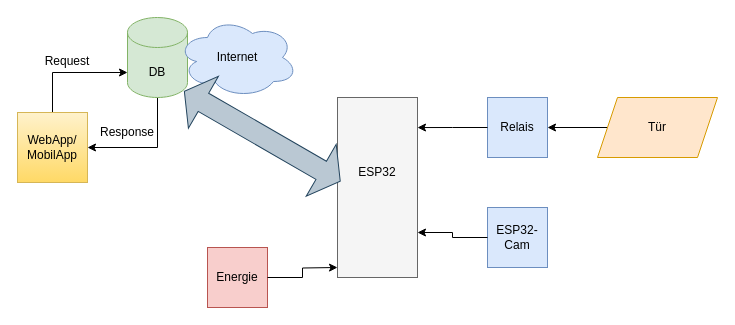
The draw.io diagram page "Page-2" (2 of 2) of ProjektStruktur.drawio in Steve2404/Pronesy, before the edit. Source tidied: cells renumbered, new cells numbered last; positions are measured from the earlier drawing's top-left corner, leaving out a move shared by most shapes. Both pictures are drawn from the tidied source at 100%, with x=0, y=0 at pixel (17, 17).
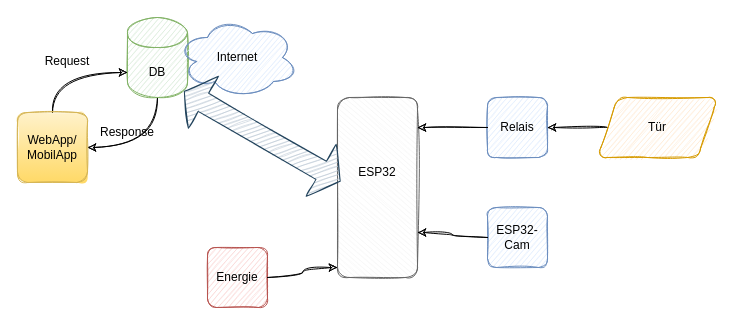
After the change.

Commit message:
Design Prjekt2

Change to the diagram source:
```diff
@@
-    <mxCell id="2" style="rounded=0;whiteSpace=wrap;html=1;direction=south;fillColor=#f5f5f5;fontColor=#333333;strokeColor=#666666;" parent="1" vertex="1">
+    <mxCell id="2" style="rounded=1;whiteSpace=wrap;html=1;direction=south;fillColor=#f5f5f5;fontColor=#333333;strokeColor=#666666;sketch=1;" parent="1" vertex="1">
       <mxGeometry x="320" y="80" width="80" height="180" as="geometry" />
     </mxCell>
-    <mxCell id="3" value="&lt;div&gt;ESP32&lt;/div&gt;" style="text;html=1;strokeColor=none;fillColor=none;align=center;verticalAlign=middle;whiteSpace=wrap;rounded=0;" parent="1" vertex="1">
+    <mxCell id="3" value="&lt;div&gt;ESP32&lt;/div&gt;" style="text;html=1;strokeColor=none;fillColor=none;align=center;verticalAlign=middle;whiteSpace=wrap;rounded=1;sketch=1;" parent="1" vertex="1">
       <mxGeometry x="330" y="140" width="60" height="30" as="geometry" />
     </mxCell>
-    <mxCell id="4" style="whiteSpace=wrap;html=1;fillColor=#f8cecc;strokeColor=#b85450;" parent="1" vertex="1">
+    <mxCell id="4" style="whiteSpace=wrap;html=1;fillColor=#f8cecc;strokeColor=#b85450;sketch=1;rounded=1;" parent="1" vertex="1">
       <mxGeometry x="190" y="230" width="60" height="60" as="geometry" />
     </mxCell>
-    <mxCell id="5" style="edgeStyle=orthogonalEdgeStyle;rounded=0;jettySize=auto;html=1;" parent="1" edge="1" source="6">
+    <mxCell id="5" style="edgeStyle=orthogonalEdgeStyle;rounded=1;jettySize=auto;html=1;sketch=1;curved=1;" parent="1" edge="1" source="6">
       <mxGeometry relative="1" as="geometry">
         <mxPoint x="320" y="250" as="targetPoint" />
       </mxGeometry>
     </mxCell>
-    <mxCell id="6" value="&lt;div&gt;Energie&lt;/div&gt;" style="text;html=1;strokeColor=none;fillColor=none;align=center;verticalAlign=middle;whiteSpace=wrap;rounded=0;" parent="1" vertex="1">
+    <mxCell id="6" value="&lt;div&gt;Energie&lt;/div&gt;" style="text;html=1;strokeColor=none;fillColor=none;align=center;verticalAlign=middle;whiteSpace=wrap;rounded=1;sketch=1;" parent="1" vertex="1">
       <mxGeometry x="190" y="240" width="60" height="40" as="geometry" />
     </mxCell>
-    <mxCell id="7" style="whiteSpace=wrap;html=1;fillColor=#dae8fc;strokeColor=#6c8ebf;" parent="1" vertex="1">
+    <mxCell id="7" style="whiteSpace=wrap;html=1;fillColor=#dae8fc;strokeColor=#6c8ebf;sketch=1;rounded=1;" parent="1" vertex="1">
       <mxGeometry x="470" y="80" width="60" height="60" as="geometry" />
     </mxCell>
-    <mxCell id="8" style="edgeStyle=orthogonalEdgeStyle;rounded=0;jettySize=auto;html=1;exitX=0;exitY=0.5;exitDx=0;exitDy=0;entryX=0.167;entryY=0;entryDx=0;entryDy=0;entryPerimeter=0;" parent="1" edge="1" source="9" target="2">
+    <mxCell id="8" style="edgeStyle=orthogonalEdgeStyle;rounded=1;jettySize=auto;html=1;exitX=0;exitY=0.5;exitDx=0;exitDy=0;entryX=0.167;entryY=0;entryDx=0;entryDy=0;entryPerimeter=0;sketch=1;curved=1;" parent="1" edge="1" source="9" target="2">
       <mxGeometry relative="1" as="geometry" />
     </mxCell>
-    <mxCell id="9" value="Relais" style="text;html=1;strokeColor=none;fillColor=none;align=center;verticalAlign=middle;whiteSpace=wrap;rounded=0;" parent="1" vertex="1">
+    <mxCell id="9" value="Relais" style="text;html=1;strokeColor=none;fillColor=none;align=center;verticalAlign=middle;whiteSpace=wrap;rounded=1;sketch=1;" parent="1" vertex="1">
       <mxGeometry x="470" y="95" width="60" height="30" as="geometry" />
     </mxCell>
-    <mxCell id="10" style="whiteSpace=wrap;html=1;fillColor=#dae8fc;strokeColor=#6c8ebf;" parent="1" vertex="1">
+    <mxCell id="10" style="whiteSpace=wrap;html=1;fillColor=#dae8fc;strokeColor=#6c8ebf;sketch=1;rounded=1;" parent="1" vertex="1">
       <mxGeometry x="470" y="190" width="60" height="60" as="geometry" />
     </mxCell>
-    <mxCell id="11" style="edgeStyle=orthogonalEdgeStyle;rounded=0;jettySize=auto;html=1;exitX=0;exitY=0.5;exitDx=0;exitDy=0;entryX=0.75;entryY=0;entryDx=0;entryDy=0;" parent="1" edge="1" source="12" target="2">
+    <mxCell id="11" style="edgeStyle=orthogonalEdgeStyle;rounded=1;jettySize=auto;html=1;exitX=0;exitY=0.5;exitDx=0;exitDy=0;entryX=0.75;entryY=0;entryDx=0;entryDy=0;sketch=1;curved=1;" parent="1" edge="1" source="12" target="2">
       <mxGeometry relative="1" as="geometry" />
     </mxCell>
-    <mxCell id="12" value="ESP32- Cam" style="text;html=1;strokeColor=none;fillColor=none;align=center;verticalAlign=middle;whiteSpace=wrap;rounded=0;" parent="1" vertex="1">
+    <mxCell id="12" value="ESP32- Cam" style="text;html=1;strokeColor=none;fillColor=none;align=center;verticalAlign=middle;whiteSpace=wrap;rounded=1;sketch=1;" parent="1" vertex="1">
       <mxGeometry x="470" y="205" width="60" height="30" as="geometry" />
     </mxCell>
-    <mxCell id="13" style="edgeStyle=orthogonalEdgeStyle;rounded=0;jettySize=auto;html=1;entryX=1;entryY=0.5;entryDx=0;entryDy=0;" parent="1" edge="1" source="14" target="9">
+    <mxCell id="13" style="edgeStyle=orthogonalEdgeStyle;rounded=1;jettySize=auto;html=1;entryX=1;entryY=0.5;entryDx=0;entryDy=0;sketch=1;curved=1;" parent="1" edge="1" source="14" target="9">
       <mxGeometry relative="1" as="geometry" />
     </mxCell>
-    <mxCell id="14" style="shape=parallelogram;perimeter=parallelogramPerimeter;whiteSpace=wrap;html=1;fixedSize=1;fillColor=#ffe6cc;strokeColor=#d79b00;" parent="1" vertex="1">
+    <mxCell id="14" style="shape=parallelogram;perimeter=parallelogramPerimeter;whiteSpace=wrap;html=1;fixedSize=1;fillColor=#ffe6cc;strokeColor=#d79b00;sketch=1;rounded=1;" parent="1" vertex="1">
       <mxGeometry x="580" y="80" width="120" height="60" as="geometry" />
     </mxCell>
-    <mxCell id="15" value="Tür" style="text;html=1;strokeColor=none;fillColor=none;align=center;verticalAlign=middle;whiteSpace=wrap;rounded=0;" parent="1" vertex="1">
+    <mxCell id="15" value="Tür" style="text;html=1;strokeColor=none;fillColor=none;align=center;verticalAlign=middle;whiteSpace=wrap;rounded=1;sketch=1;" parent="1" vertex="1">
       <mxGeometry x="610" y="95" width="60" height="30" as="geometry" />
     </mxCell>
-    <mxCell id="16" style="edgeStyle=orthogonalEdgeStyle;rounded=0;jettySize=auto;html=1;exitX=0.5;exitY=1;exitDx=0;exitDy=0;exitPerimeter=0;entryX=1;entryY=0.5;entryDx=0;entryDy=0;" parent="1" edge="1" source="17" target="23">
+    <mxCell id="16" style="edgeStyle=orthogonalEdgeStyle;rounded=1;jettySize=auto;html=1;exitX=0.5;exitY=1;exitDx=0;exitDy=0;exitPerimeter=0;entryX=1;entryY=0.5;entryDx=0;entryDy=0;sketch=1;curved=1;" parent="1" edge="1" source="17" target="23">
       <mxGeometry relative="1" as="geometry">
         <Array as="points">
           <mxPoint x="140" y="130" />
         </Array>
       </mxGeometry>
     </mxCell>
-    <mxCell id="17" style="shape=cylinder3;whiteSpace=wrap;html=1;boundedLbl=1;backgroundOutline=1;size=15;fillColor=#d5e8d4;strokeColor=#82b366;" parent="1" vertex="1">
+    <mxCell id="17" style="shape=cylinder3;whiteSpace=wrap;html=1;boundedLbl=1;backgroundOutline=1;size=15;fillColor=#d5e8d4;strokeColor=#82b366;sketch=1;rounded=1;" parent="1" vertex="1">
       <mxGeometry x="110" width="60" height="80" as="geometry" />
     </mxCell>
-    <mxCell id="18" style="ellipse;shape=cloud;whiteSpace=wrap;html=1;fillColor=#dae8fc;strokeColor=#6c8ebf;" parent="1" vertex="1">
+    <mxCell id="18" style="ellipse;shape=cloud;whiteSpace=wrap;html=1;fillColor=#dae8fc;strokeColor=#6c8ebf;sketch=1;rounded=1;" parent="1" vertex="1">
       <mxGeometry x="160" width="120" height="80" as="geometry" />
     </mxCell>
-    <mxCell id="19" value="DB" style="text;html=1;strokeColor=none;fillColor=none;align=center;verticalAlign=middle;whiteSpace=wrap;rounded=0;" parent="1" vertex="1">
+    <mxCell id="19" value="DB" style="text;html=1;strokeColor=none;fillColor=none;align=center;verticalAlign=middle;whiteSpace=wrap;rounded=1;sketch=1;" parent="1" vertex="1">
       <mxGeometry x="110" y="40" width="60" height="30" as="geometry" />
     </mxCell>
-    <mxCell id="20" value="Internet" style="text;html=1;strokeColor=none;fillColor=none;align=center;verticalAlign=middle;whiteSpace=wrap;rounded=0;" parent="1" vertex="1">
+    <mxCell id="20" value="Internet" style="text;html=1;strokeColor=none;fillColor=none;align=center;verticalAlign=middle;whiteSpace=wrap;rounded=1;sketch=1;" parent="1" vertex="1">
       <mxGeometry x="190" y="25" width="60" height="30" as="geometry" />
     </mxCell>
-    <mxCell id="21" style="html=1;shadow=0;dashed=0;align=center;verticalAlign=middle;shape=mxgraph.arrows2.twoWayArrow;dy=0.65;dx=22;direction=south;rotation=-60;fillColor=#bac8d3;strokeColor=#23445d;" parent="1" vertex="1">
+    <mxCell id="21" style="html=1;shadow=0;dashed=0;align=center;verticalAlign=middle;shape=mxgraph.arrows2.twoWayArrow;dy=0.65;dx=22;direction=south;rotation=-60;fillColor=#bac8d3;strokeColor=#23445d;sketch=1;rounded=1;" parent="1" vertex="1">
       <mxGeometry x="214.8" y="28.8" width="60" height="180" as="geometry" />
     </mxCell>
-    <mxCell id="22" style="edgeStyle=orthogonalEdgeStyle;rounded=0;jettySize=auto;html=1;exitX=0.5;exitY=0;exitDx=0;exitDy=0;entryX=0;entryY=0.5;entryDx=0;entryDy=0;" parent="1" edge="1" source="23" target="19">
+    <mxCell id="22" style="edgeStyle=orthogonalEdgeStyle;rounded=1;jettySize=auto;html=1;exitX=0.5;exitY=0;exitDx=0;exitDy=0;entryX=0;entryY=0.5;entryDx=0;entryDy=0;sketch=1;curved=1;" parent="1" edge="1" source="23" target="19">
       <mxGeometry relative="1" as="geometry" />
     </mxCell>
-    <mxCell id="23" style="whiteSpace=wrap;html=1;fillColor=#fff2cc;gradientColor=#ffd966;strokeColor=#d6b656;" parent="1" vertex="1">
+    <mxCell id="23" style="whiteSpace=wrap;html=1;fillColor=#fff2cc;gradientColor=#ffd966;strokeColor=#d6b656;sketch=1;rounded=1;" parent="1" vertex="1">
       <mxGeometry y="95" width="70" height="70" as="geometry" />
     </mxCell>
-    <mxCell id="24" value="&lt;div&gt;WebApp/&lt;/div&gt;&lt;div&gt;MobilApp&lt;/div&gt;" style="text;html=1;strokeColor=none;fillColor=none;align=center;verticalAlign=middle;whiteSpace=wrap;rounded=0;" parent="1" vertex="1">
+    <mxCell id="24" value="&lt;div&gt;WebApp/&lt;/div&gt;&lt;div&gt;MobilApp&lt;/div&gt;" style="text;html=1;strokeColor=none;fillColor=none;align=center;verticalAlign=middle;whiteSpace=wrap;rounded=1;sketch=1;" parent="1" vertex="1">
       <mxGeometry x="5" y="115" width="60" height="30" as="geometry" />
     </mxCell>
-    <mxCell id="25" value="Request" style="text;html=1;strokeColor=none;fillColor=none;align=center;verticalAlign=middle;whiteSpace=wrap;rounded=0;" parent="1" vertex="1">
+    <mxCell id="25" value="Request" style="text;html=1;strokeColor=none;fillColor=none;align=center;verticalAlign=middle;whiteSpace=wrap;rounded=1;sketch=1;" parent="1" vertex="1">
       <mxGeometry x="20" y="28.8" width="60" height="30" as="geometry" />
     </mxCell>
-    <mxCell id="26" value="Response" style="text;html=1;strokeColor=none;fillColor=none;align=center;verticalAlign=middle;whiteSpace=wrap;rounded=0;" parent="1" vertex="1">
+    <mxCell id="26" value="Response" style="text;html=1;strokeColor=none;fillColor=none;align=center;verticalAlign=middle;whiteSpace=wrap;rounded=1;sketch=1;" parent="1" vertex="1">
       <mxGeometry x="80" y="105" width="60" height="20" as="geometry" />
     </mxCell>
```
